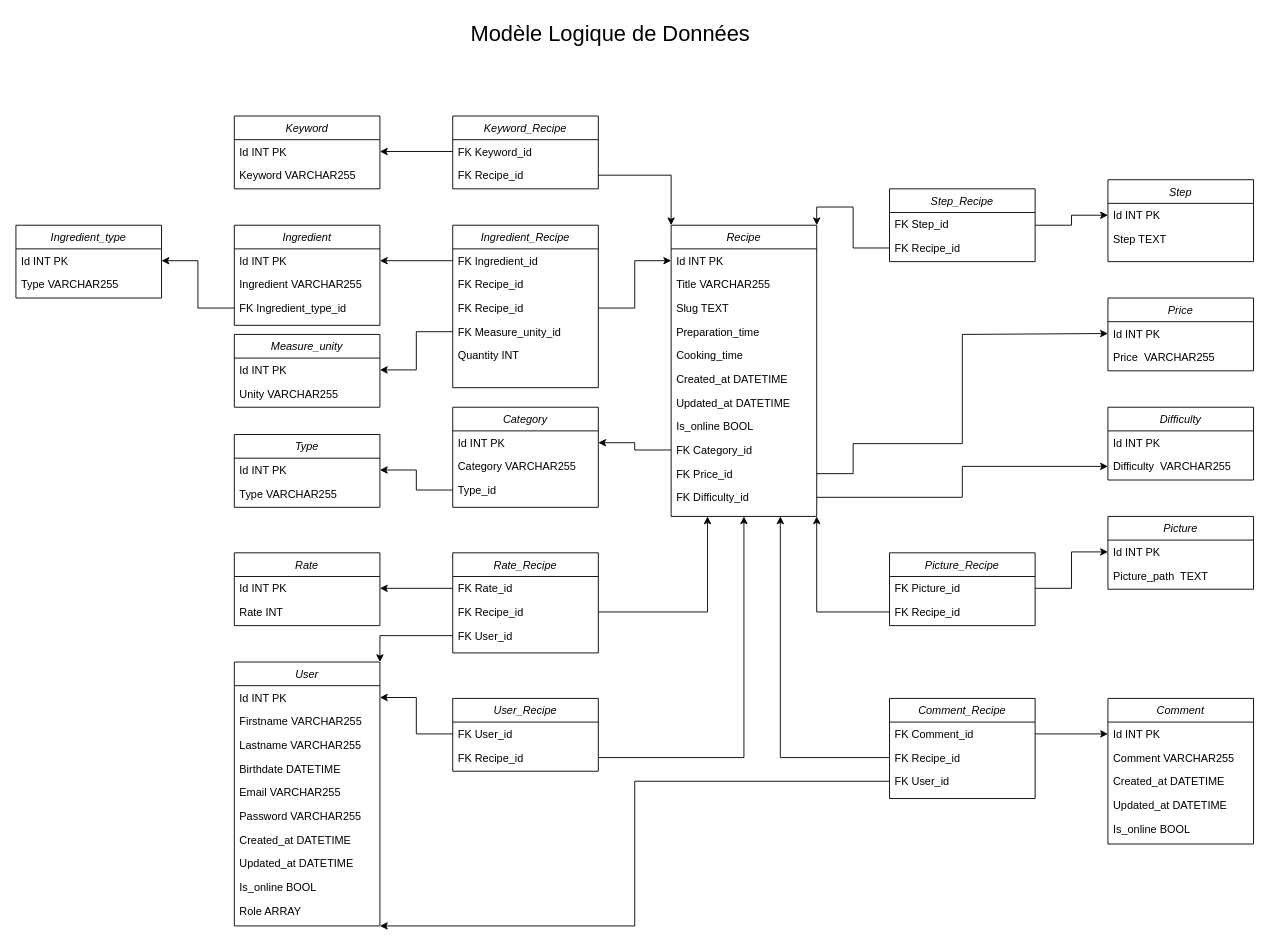
This is api/CDA-cuisine-di-panda-diagram-mld.drawio from vincentDubresson/cda-cuisine-di-panda, a draw.io file, before an edit. Source tidied: cells renumbered, new cells numbered last; positions are measured from the earlier drawing's top-left corner, leaving out a move shared by most shapes. Both pictures are drawn from the tidied source at 91%, with x=0, y=0 at pixel (15, 15).
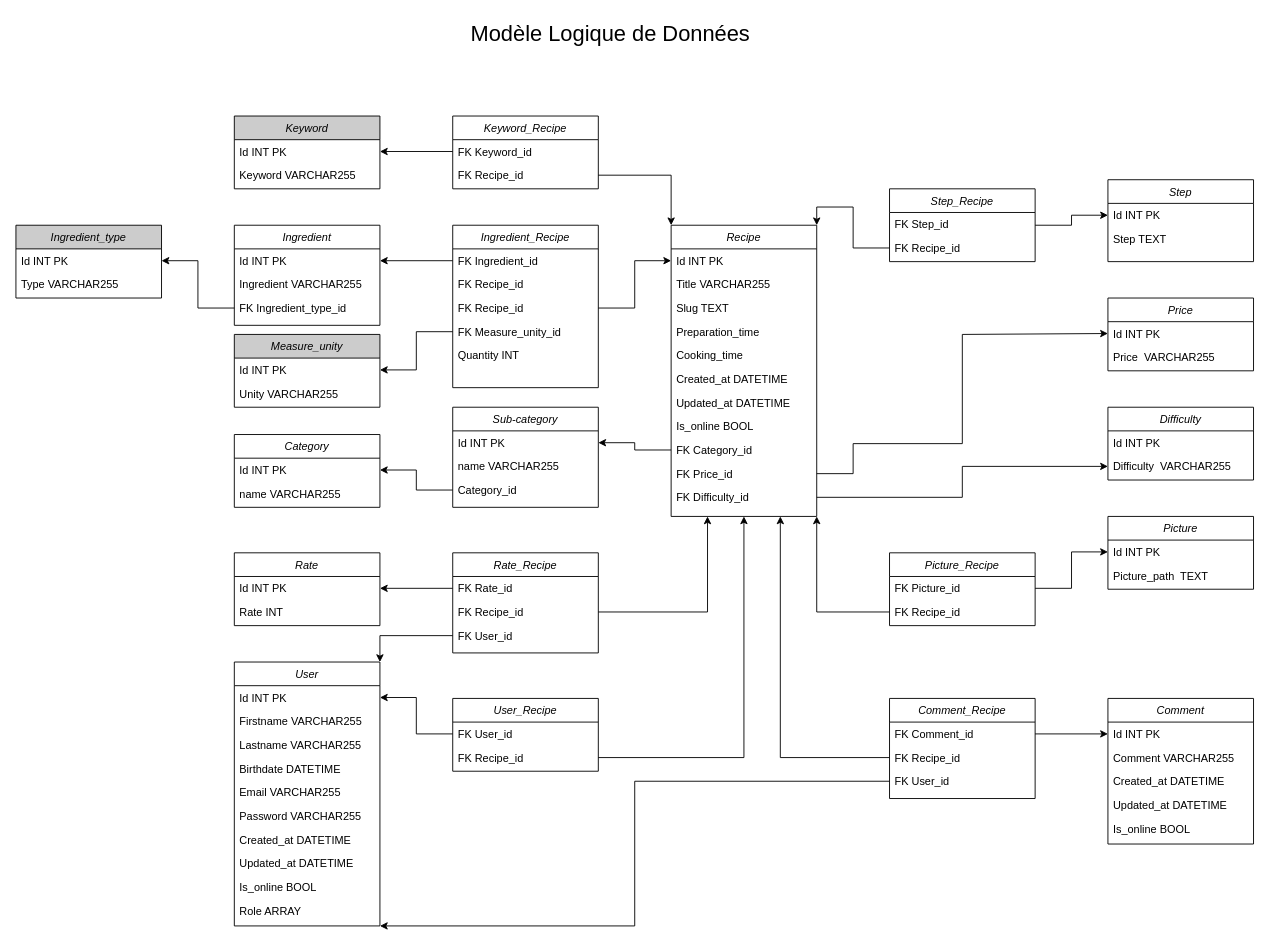
After the change.

What changed in the source:
```diff
@@
-    <mxCell id="14" value="Category" style="swimlane;fontStyle=2;align=center;verticalAlign=top;horizontal=1;startSize=26;rounded=0;shadow=0;strokeWidth=1;" parent="1" vertex="1">
+    <mxCell id="14" value="Sub-category" style="swimlane;fontStyle=2;align=center;verticalAlign=top;horizontal=1;startSize=26;rounded=0;shadow=0;strokeWidth=1;" parent="1" vertex="1">
       <mxGeometry x="480" y="430" width="160" height="110" as="geometry" />
     </mxCell>
@@
-    <mxCell id="16" value="Category VARCHAR255" style="text;align=left;verticalAlign=top;spacingLeft=4;spacingRight=4;overflow=hidden;rounded=0;shadow=0;html=0;" parent="14" vertex="1">
+    <mxCell id="16" value="name VARCHAR255" style="text;align=left;verticalAlign=top;spacingLeft=4;spacingRight=4;overflow=hidden;rounded=0;shadow=0;html=0;" parent="14" vertex="1">
       <mxGeometry y="52" width="160" height="26" as="geometry" />
     </mxCell>
-    <mxCell id="17" value="Type_id" style="text;align=left;verticalAlign=top;spacingLeft=4;spacingRight=4;overflow=hidden;points=[[0,0.5],[1,0.5]];portConstraint=eastwest;rounded=0;shadow=0;html=0;" parent="14" vertex="1">
+    <mxCell id="17" value="Category_id" style="text;align=left;verticalAlign=top;spacingLeft=4;spacingRight=4;overflow=hidden;points=[[0,0.5],[1,0.5]];portConstraint=eastwest;rounded=0;shadow=0;html=0;" parent="14" vertex="1">
       <mxGeometry y="78" width="160" height="26" as="geometry" />
     </mxCell>
@@
-    <mxCell id="21" value="Keyword" style="swimlane;fontStyle=2;align=center;verticalAlign=top;horizontal=1;startSize=26;rounded=0;shadow=0;strokeWidth=1;" parent="1" vertex="1">
+    <mxCell id="21" value="Keyword" style="swimlane;fontStyle=2;align=center;verticalAlign=top;horizontal=1;startSize=26;rounded=0;shadow=0;strokeWidth=1;fillColor=#CCCCCC;" parent="1" vertex="1">
       <mxGeometry x="240" y="110" width="160" height="80" as="geometry" />
     </mxCell>
@@
-    <mxCell id="77" value="Measure_unity" style="swimlane;fontStyle=2;align=center;verticalAlign=top;horizontal=1;startSize=26;rounded=0;shadow=0;strokeWidth=1;" parent="1" vertex="1">
+    <mxCell id="77" value="Measure_unity" style="swimlane;fontStyle=2;align=center;verticalAlign=top;horizontal=1;startSize=26;rounded=0;shadow=0;strokeWidth=1;fillColor=#CCCCCC;" parent="1" vertex="1">
       <mxGeometry x="240" y="350" width="160" height="80" as="geometry" />
     </mxCell>
@@
-    <mxCell id="89" value="Ingredient_type" style="swimlane;fontStyle=2;align=center;verticalAlign=top;horizontal=1;startSize=26;rounded=0;shadow=0;strokeWidth=1;" parent="1" vertex="1">
+    <mxCell id="89" value="Ingredient_type" style="swimlane;fontStyle=2;align=center;verticalAlign=top;horizontal=1;startSize=26;rounded=0;shadow=0;strokeWidth=1;fillColor=#CCCCCC;" parent="1" vertex="1">
       <mxGeometry y="230" width="160" height="80" as="geometry" />
     </mxCell>
@@
-    <mxCell id="100" value="Type" style="swimlane;fontStyle=2;align=center;verticalAlign=top;horizontal=1;startSize=26;rounded=0;shadow=0;strokeWidth=1;" parent="1" vertex="1">
+    <mxCell id="100" value="Category" style="swimlane;fontStyle=2;align=center;verticalAlign=top;horizontal=1;startSize=26;rounded=0;shadow=0;strokeWidth=1;" parent="1" vertex="1">
       <mxGeometry x="240" y="460" width="160" height="80" as="geometry" />
     </mxCell>
@@
-    <mxCell id="102" value="Type VARCHAR255" style="text;align=left;verticalAlign=top;spacingLeft=4;spacingRight=4;overflow=hidden;rounded=0;shadow=0;html=0;" parent="100" vertex="1">
+    <mxCell id="102" value="name VARCHAR255" style="text;align=left;verticalAlign=top;spacingLeft=4;spacingRight=4;overflow=hidden;rounded=0;shadow=0;html=0;" parent="100" vertex="1">
       <mxGeometry y="52" width="160" height="26" as="geometry" />
     </mxCell>
```
